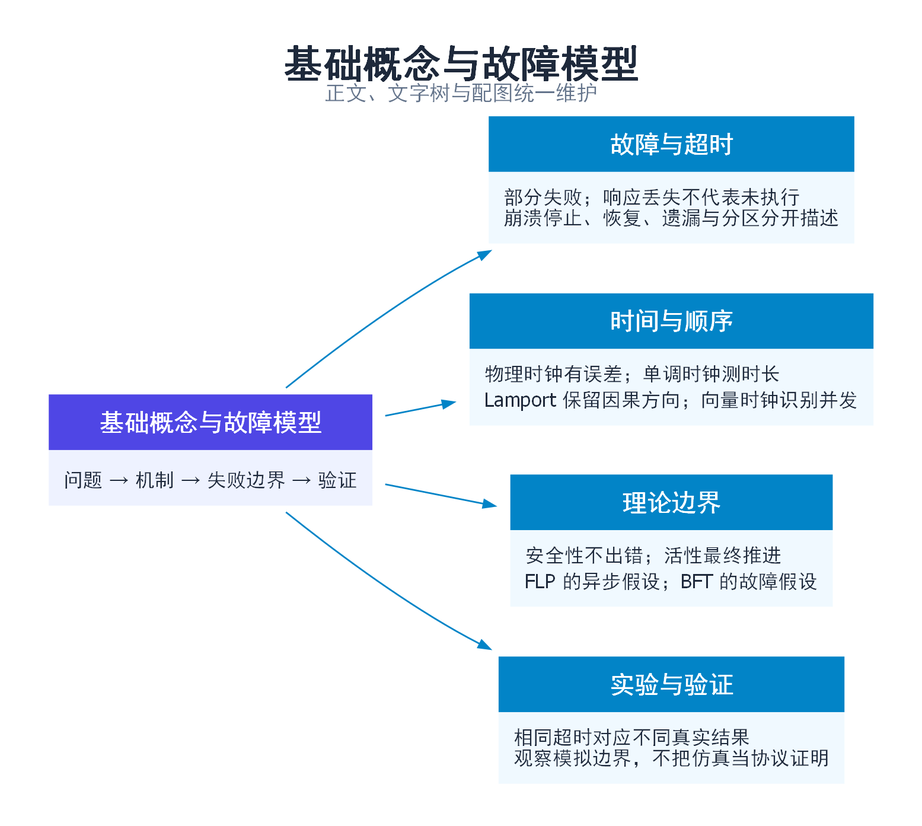
zingerWang/Jobs keeps this Graphviz diagram as 分布式系统/images/topic-01-mindmap.png. Above is the earlier version. Its source is kept beside it as 分布式系统/images/topic-01-mindmap.dot. The source it was exported from:
```dot
digraph G {
graph [rankdir=LR, bgcolor="white", dpi=200, pad=0.3, nodesep=0.3, ranksep=0.6, fontname="PingFang SC", labelloc=t, label=<<FONT POINT-SIZE="24" COLOR="#1E293B"><B>基础概念与故障模型</B></FONT><BR/><FONT POINT-SIZE="13" COLOR="#64748B">正文、文字树与配图统一维护</FONT>>];
node [shape=plaintext, fontname="PingFang SC"];
edge [fontname="PingFang SC", fontsize=11, arrowhead=normal, arrowsize=0.7, color="#0284C7", fontcolor="#0284C7"];
root [label=<<TABLE BORDER="0" CELLBORDER="0" CELLSPACING="0" CELLPADDING="9"><TR><TD BGCOLOR="#4F46E5"><FONT COLOR="white" POINT-SIZE="15"><B>基础概念与故障模型</B></FONT></TD></TR><TR><TD BGCOLOR="#EEF2FF" ALIGN="LEFT"><FONT COLOR="#1E293B" POINT-SIZE="12">问题 → 机制 → 失败边界 → 验证</FONT></TD></TR></TABLE>>];
n0 [label=<<TABLE BORDER="0" CELLBORDER="0" CELLSPACING="0" CELLPADDING="9"><TR><TD BGCOLOR="#0284C7"><FONT COLOR="white" POINT-SIZE="15"><B>故障与超时</B></FONT></TD></TR><TR><TD BGCOLOR="#F0F9FF" ALIGN="LEFT"><FONT COLOR="#1E293B" POINT-SIZE="12">部分失败；响应丢失不代表未执行<BR ALIGN="LEFT"/>崩溃停止、恢复、遗漏与分区分开描述</FONT></TD></TR></TABLE>>];
n1 [label=<<TABLE BORDER="0" CELLBORDER="0" CELLSPACING="0" CELLPADDING="9"><TR><TD BGCOLOR="#0284C7"><FONT COLOR="white" POINT-SIZE="15"><B>时间与顺序</B></FONT></TD></TR><TR><TD BGCOLOR="#F0F9FF" ALIGN="LEFT"><FONT COLOR="#1E293B" POINT-SIZE="12">物理时钟有误差；单调时钟测时长<BR ALIGN="LEFT"/>Lamport 保留因果方向；向量时钟识别并发</FONT></TD></TR></TABLE>>];
n2 [label=<<TABLE BORDER="0" CELLBORDER="0" CELLSPACING="0" CELLPADDING="9"><TR><TD BGCOLOR="#0284C7"><FONT COLOR="white" POINT-SIZE="15"><B>理论边界</B></FONT></TD></TR><TR><TD BGCOLOR="#F0F9FF" ALIGN="LEFT"><FONT COLOR="#1E293B" POINT-SIZE="12">安全性不出错；活性最终推进<BR ALIGN="LEFT"/>FLP 的异步假设；BFT 的故障假设</FONT></TD></TR></TABLE>>];
n3 [label=<<TABLE BORDER="0" CELLBORDER="0" CELLSPACING="0" CELLPADDING="9"><TR><TD BGCOLOR="#0284C7"><FONT COLOR="white" POINT-SIZE="15"><B>实验与验证</B></FONT></TD></TR><TR><TD BGCOLOR="#F0F9FF" ALIGN="LEFT"><FONT COLOR="#1E293B" POINT-SIZE="12">相同超时对应不同真实结果<BR ALIGN="LEFT"/>观察模拟边界，不把仿真当协议证明</FONT></TD></TR></TABLE>>];
root -> n0;
root -> n1;
root -> n2;
root -> n3;
}
```
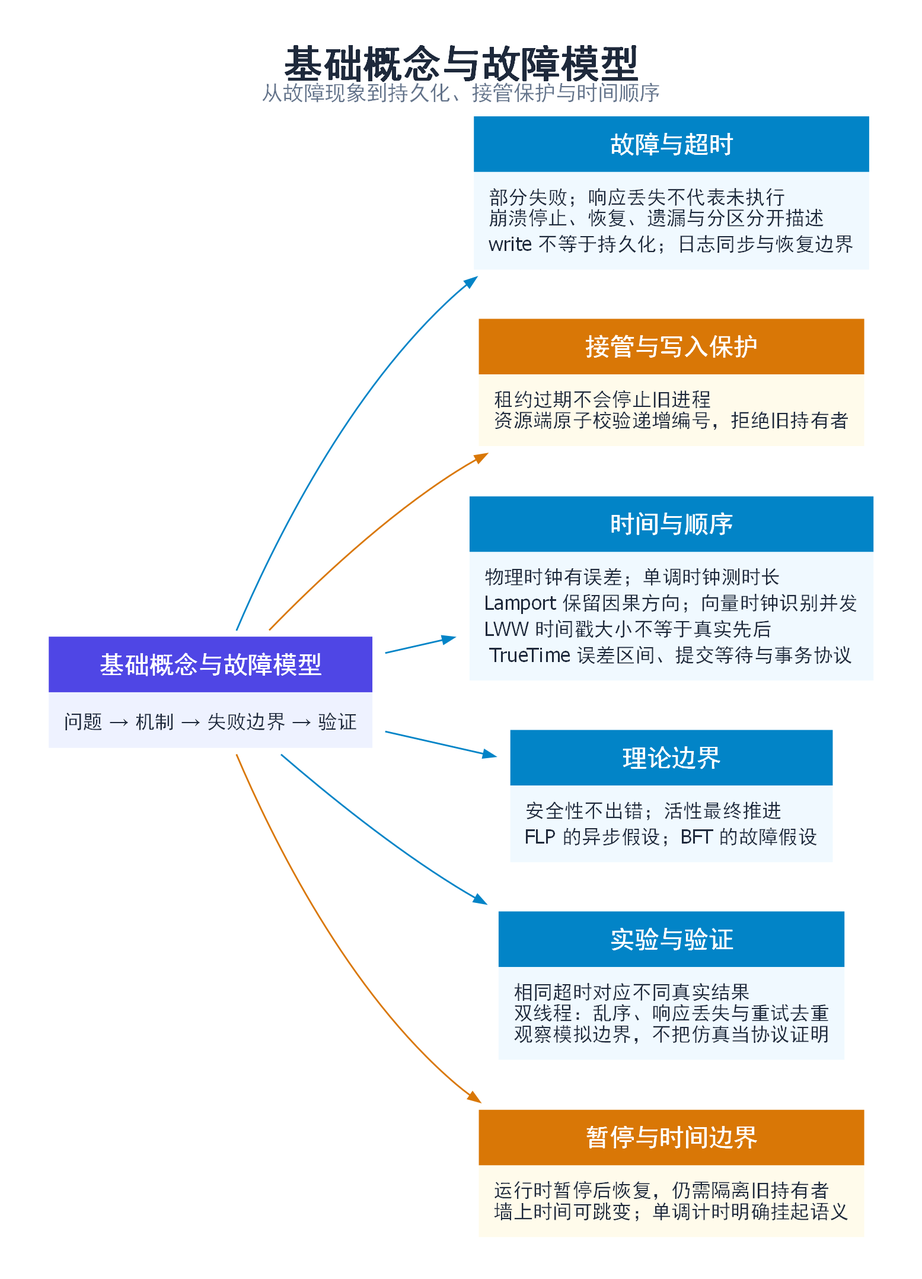
The same file after the commit.

Change to the diagram source:
```diff
@@ -1,14 +1,18 @@
 digraph G {
-graph [rankdir=LR, bgcolor="white", dpi=200, pad=0.3, nodesep=0.3, ranksep=0.6, fontname="PingFang SC", labelloc=t, label=<<FONT POINT-SIZE="24" COLOR="#1E293B"><B>基础概念与故障模型</B></FONT><BR/><FONT POINT-SIZE="13" COLOR="#64748B">正文、文字树与配图统一维护</FONT>>];
+graph [rankdir=LR, ordering=out, bgcolor="white", dpi=200, pad=0.3, nodesep=0.3, ranksep=0.6, fontname="PingFang SC", labelloc=t, label=<<FONT POINT-SIZE="24" COLOR="#1E293B"><B>基础概念与故障模型</B></FONT><BR/><FONT POINT-SIZE="13" COLOR="#64748B">从故障现象到持久化、接管保护与时间顺序</FONT>>];
 node [shape=plaintext, fontname="PingFang SC"];
 edge [fontname="PingFang SC", fontsize=11, arrowhead=normal, arrowsize=0.7, color="#0284C7", fontcolor="#0284C7"];
 root [label=<<TABLE BORDER="0" CELLBORDER="0" CELLSPACING="0" CELLPADDING="9"><TR><TD BGCOLOR="#4F46E5"><FONT COLOR="white" POINT-SIZE="15"><B>基础概念与故障模型</B></FONT></TD></TR><TR><TD BGCOLOR="#EEF2FF" ALIGN="LEFT"><FONT COLOR="#1E293B" POINT-SIZE="12">问题 → 机制 → 失败边界 → 验证</FONT></TD></TR></TABLE>>];
-n0 [label=<<TABLE BORDER="0" CELLBORDER="0" CELLSPACING="0" CELLPADDING="9"><TR><TD BGCOLOR="#0284C7"><FONT COLOR="white" POINT-SIZE="15"><B>故障与超时</B></FONT></TD></TR><TR><TD BGCOLOR="#F0F9FF" ALIGN="LEFT"><FONT COLOR="#1E293B" POINT-SIZE="12">部分失败；响应丢失不代表未执行<BR ALIGN="LEFT"/>崩溃停止、恢复、遗漏与分区分开描述</FONT></TD></TR></TABLE>>];
-n1 [label=<<TABLE BORDER="0" CELLBORDER="0" CELLSPACING="0" CELLPADDING="9"><TR><TD BGCOLOR="#0284C7"><FONT COLOR="white" POINT-SIZE="15"><B>时间与顺序</B></FONT></TD></TR><TR><TD BGCOLOR="#F0F9FF" ALIGN="LEFT"><FONT COLOR="#1E293B" POINT-SIZE="12">物理时钟有误差；单调时钟测时长<BR ALIGN="LEFT"/>Lamport 保留因果方向；向量时钟识别并发</FONT></TD></TR></TABLE>>];
+n0 [label=<<TABLE BORDER="0" CELLBORDER="0" CELLSPACING="0" CELLPADDING="9"><TR><TD BGCOLOR="#0284C7"><FONT COLOR="white" POINT-SIZE="15"><B>故障与超时</B></FONT></TD></TR><TR><TD BGCOLOR="#F0F9FF" ALIGN="LEFT"><FONT COLOR="#1E293B" POINT-SIZE="12">部分失败；响应丢失不代表未执行<BR ALIGN="LEFT"/>崩溃停止、恢复、遗漏与分区分开描述<BR ALIGN="LEFT"/>write 不等于持久化；日志同步与恢复边界</FONT></TD></TR></TABLE>>];
+n1 [label=<<TABLE BORDER="0" CELLBORDER="0" CELLSPACING="0" CELLPADDING="9"><TR><TD BGCOLOR="#0284C7"><FONT COLOR="white" POINT-SIZE="15"><B>时间与顺序</B></FONT></TD></TR><TR><TD BGCOLOR="#F0F9FF" ALIGN="LEFT"><FONT COLOR="#1E293B" POINT-SIZE="12">物理时钟有误差；单调时钟测时长<BR ALIGN="LEFT"/>Lamport 保留因果方向；向量时钟识别并发<BR ALIGN="LEFT"/>LWW 时间戳大小不等于真实先后<BR ALIGN="LEFT"/>TrueTime 误差区间、提交等待与事务协议</FONT></TD></TR></TABLE>>];
 n2 [label=<<TABLE BORDER="0" CELLBORDER="0" CELLSPACING="0" CELLPADDING="9"><TR><TD BGCOLOR="#0284C7"><FONT COLOR="white" POINT-SIZE="15"><B>理论边界</B></FONT></TD></TR><TR><TD BGCOLOR="#F0F9FF" ALIGN="LEFT"><FONT COLOR="#1E293B" POINT-SIZE="12">安全性不出错；活性最终推进<BR ALIGN="LEFT"/>FLP 的异步假设；BFT 的故障假设</FONT></TD></TR></TABLE>>];
-n3 [label=<<TABLE BORDER="0" CELLBORDER="0" CELLSPACING="0" CELLPADDING="9"><TR><TD BGCOLOR="#0284C7"><FONT COLOR="white" POINT-SIZE="15"><B>实验与验证</B></FONT></TD></TR><TR><TD BGCOLOR="#F0F9FF" ALIGN="LEFT"><FONT COLOR="#1E293B" POINT-SIZE="12">相同超时对应不同真实结果<BR ALIGN="LEFT"/>观察模拟边界，不把仿真当协议证明</FONT></TD></TR></TABLE>>];
+n3 [label=<<TABLE BORDER="0" CELLBORDER="0" CELLSPACING="0" CELLPADDING="9"><TR><TD BGCOLOR="#0284C7"><FONT COLOR="white" POINT-SIZE="15"><B>实验与验证</B></FONT></TD></TR><TR><TD BGCOLOR="#F0F9FF" ALIGN="LEFT"><FONT COLOR="#1E293B" POINT-SIZE="12">相同超时对应不同真实结果<BR ALIGN="LEFT"/>双线程：乱序、响应丢失与重试去重<BR ALIGN="LEFT"/>观察模拟边界，不把仿真当协议证明</FONT></TD></TR></TABLE>>];
+n4 [label=<<TABLE BORDER="0" CELLBORDER="0" CELLSPACING="0" CELLPADDING="9"><TR><TD BGCOLOR="#D97706"><FONT COLOR="white" POINT-SIZE="15"><B>接管与写入保护</B></FONT></TD></TR><TR><TD BGCOLOR="#FFFBEB" ALIGN="LEFT"><FONT COLOR="#1E293B" POINT-SIZE="12">租约过期不会停止旧进程<BR ALIGN="LEFT"/>资源端原子校验递增编号，拒绝旧持有者</FONT></TD></TR></TABLE>>];
 root -> n0;
+root -> n4 [color="#D97706"];
 root -> n1;
 root -> n2;
 root -> n3;
+engineering [label=<<TABLE BORDER="0" CELLBORDER="0" CELLSPACING="0" CELLPADDING="9"><TR><TD BGCOLOR="#D97706"><FONT COLOR="white" POINT-SIZE="15"><B>暂停与时间边界</B></FONT></TD></TR><TR><TD BGCOLOR="#FFFBEB" ALIGN="LEFT"><FONT COLOR="#1E293B" POINT-SIZE="12">运行时暂停后恢复，仍需隔离旧持有者<BR ALIGN="LEFT"/>墙上时间可跳变；单调计时明确挂起语义</FONT></TD></TR></TABLE>>];
+root -> engineering [color="#D97706",fontcolor="#D97706"];
 }
```
